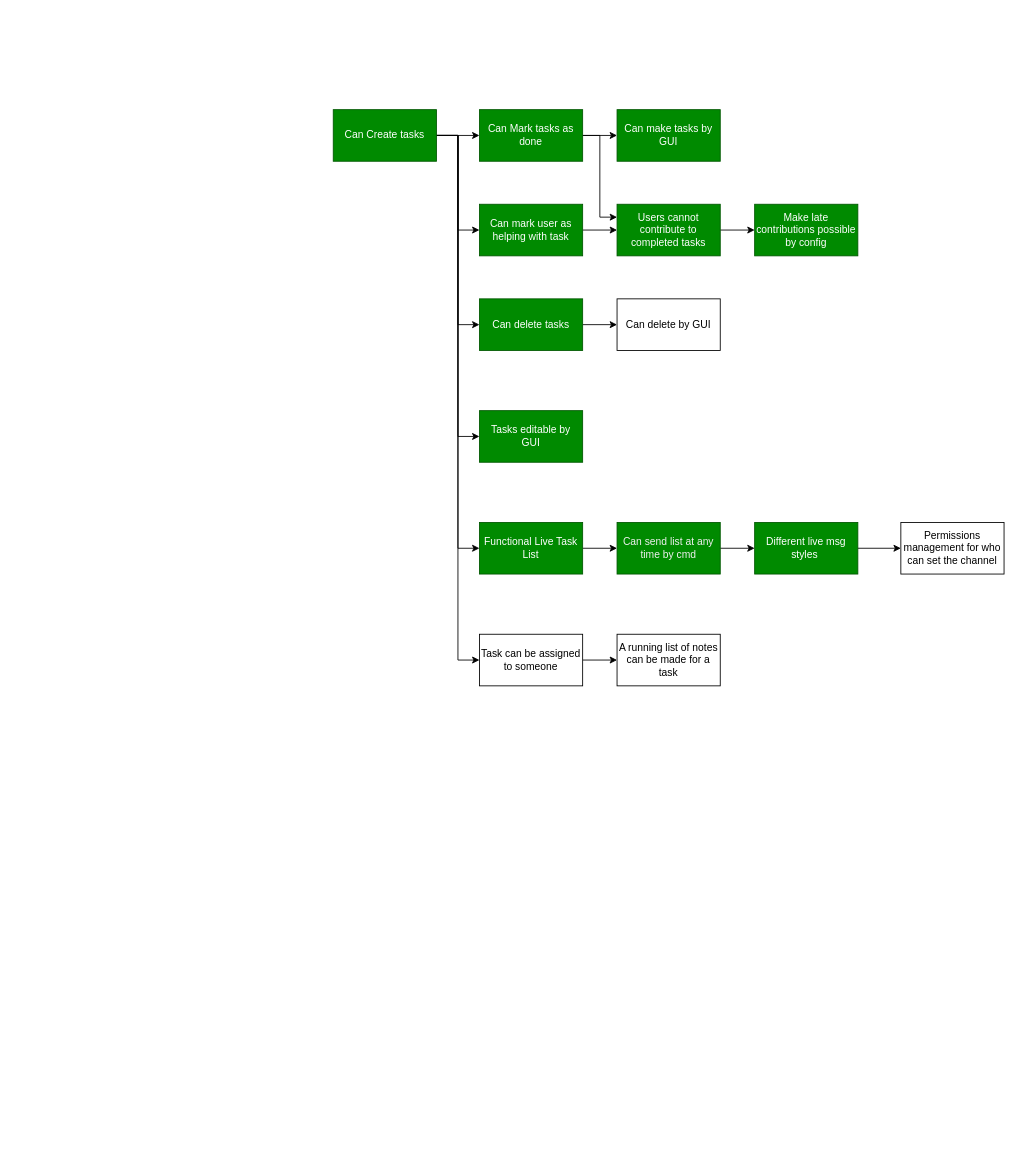
Before: roadmap.drawio in Ames-hub/TaskFlow, a draw.io diagram. Source tidied: cells renumbered, new cells numbered last; positions are measured from the earlier drawing's top-left corner, leaving out a move shared by most shapes. Both pictures are drawn from the tidied source at 86%, with x=0, y=0 at pixel (333, 109).
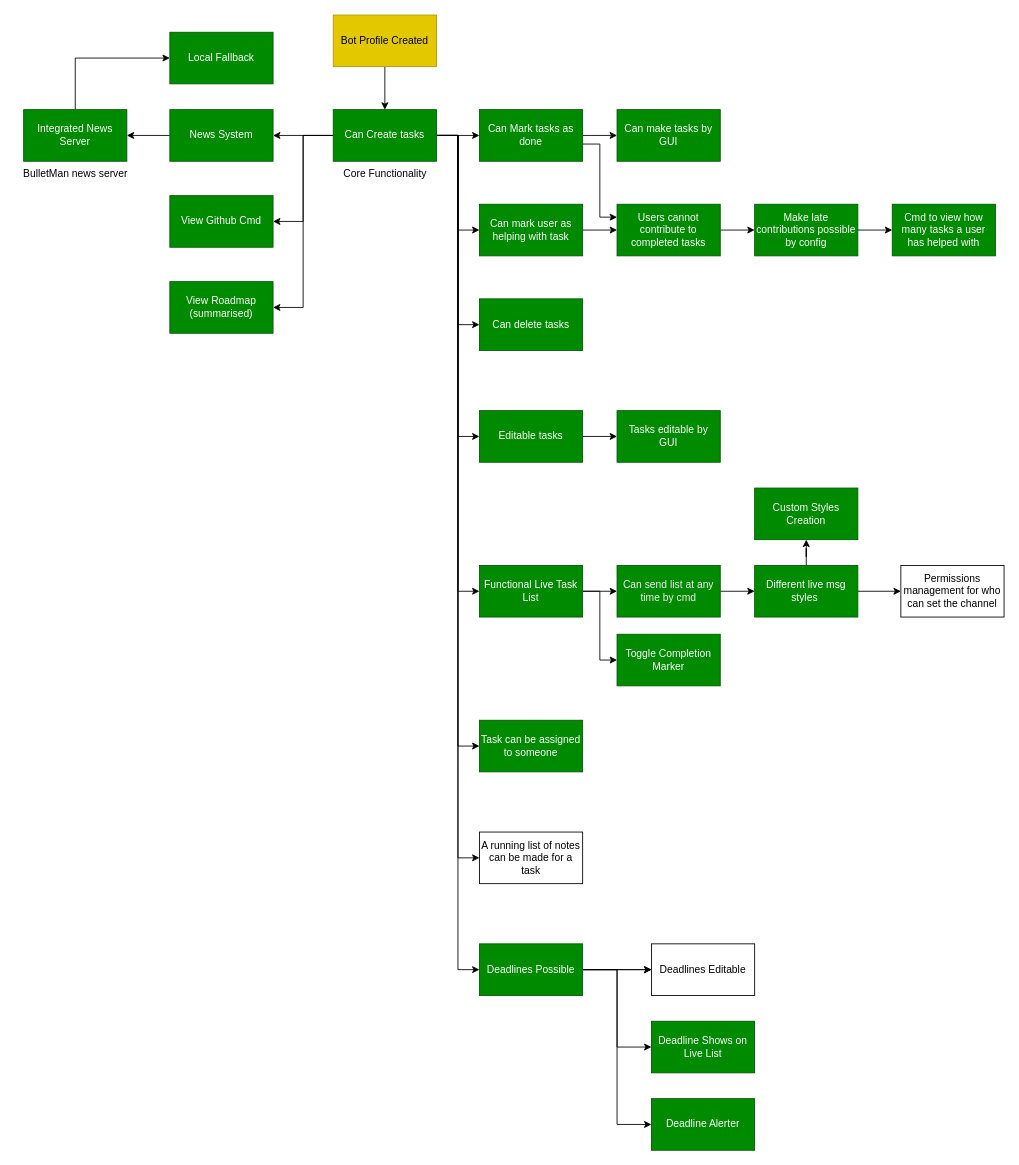
After the change.

The change refers to these unchanged cells:
```xml
<mxCell id="9" value="Can Create tasks" style="rounded=0;whiteSpace=wrap;html=1;fillColor=#008a00;fontColor=#ffffff;strokeColor=#005700;" parent="1" vertex="1">
  <mxGeometry width="120" height="60" as="geometry" />
</mxCell>
<mxCell id="12" value="Can&amp;nbsp;&lt;span style=&quot;background-color: initial;&quot;&gt;Mark tasks as done&lt;/span&gt;" style="rounded=0;whiteSpace=wrap;html=1;fillColor=#008a00;fontColor=#ffffff;strokeColor=#005700;" parent="1" vertex="1">
  <mxGeometry x="170" width="120" height="60" as="geometry" />
</mxCell>
<mxCell id="16" value="Can delete tasks" style="rounded=0;whiteSpace=wrap;html=1;fillColor=#008a00;fontColor=#ffffff;strokeColor=#005700;" parent="1" vertex="1">
  <mxGeometry x="170" y="220" width="120" height="60" as="geometry" />
</mxCell>
<mxCell id="18" value="Users cannot contribute to completed tasks" style="rounded=0;whiteSpace=wrap;html=1;fillColor=#008a00;fontColor=#ffffff;strokeColor=#005700;" parent="1" vertex="1">
  <mxGeometry x="330" y="110" width="120" height="60" as="geometry" />
</mxCell>
<mxCell id="19" value="Make late contributions possible by config" style="rounded=0;whiteSpace=wrap;html=1;fillColor=#008a00;fontColor=#ffffff;strokeColor=#005700;" parent="1" vertex="1">
  <mxGeometry x="490" y="110" width="120" height="60" as="geometry" />
</mxCell>
```

Diff of the diagram source:
```diff
@@
+    <mxCell id="32" style="edgeStyle=orthogonalEdgeStyle;rounded=0;jettySize=auto;html=1;" parent="1" edge="1" source="2" target="41">
+      <mxGeometry relative="1" as="geometry" />
+    </mxCell>
-    <mxCell id="2" value="Tasks editable by&lt;div&gt;GUI&lt;/div&gt;" style="rounded=0;whiteSpace=wrap;html=1;fillColor=#008a00;fontColor=#ffffff;strokeColor=#005700;" parent="1" vertex="1">
+    <mxCell id="2" value="Editable tasks" style="rounded=0;whiteSpace=wrap;html=1;fillColor=#008a00;fontColor=#ffffff;strokeColor=#005700;" parent="1" vertex="1">
       <mxGeometry x="170" y="350" width="120" height="60" as="geometry" />
     </mxCell>
@@
+    <mxCell id="33" style="edgeStyle=orthogonalEdgeStyle;rounded=0;jettySize=auto;html=1;entryX=0;entryY=0.5;entryDx=0;entryDy=0;" parent="1" edge="1" source="9" target="31">
+      <mxGeometry relative="1" as="geometry" />
+    </mxCell>
+    <mxCell id="34" style="edgeStyle=orthogonalEdgeStyle;rounded=0;jettySize=auto;html=1;entryX=0;entryY=0.5;entryDx=0;entryDy=0;" parent="1" edge="1" source="9" target="46">
+      <mxGeometry relative="1" as="geometry" />
+    </mxCell>
+    <mxCell id="35" style="edgeStyle=orthogonalEdgeStyle;rounded=0;jettySize=auto;html=1;" parent="1" edge="1" source="9" target="52">
+      <mxGeometry relative="1" as="geometry" />
+    </mxCell>
+    <mxCell id="36" style="edgeStyle=orthogonalEdgeStyle;rounded=0;jettySize=auto;html=1;entryX=1;entryY=0.5;entryDx=0;entryDy=0;" parent="1" edge="1" source="9" target="60">
+      <mxGeometry relative="1" as="geometry" />
+    </mxCell>
+    <mxCell id="37" style="edgeStyle=orthogonalEdgeStyle;rounded=0;jettySize=auto;html=1;entryX=1;entryY=0.5;entryDx=0;entryDy=0;" parent="1" edge="1" source="9" target="61">
+      <mxGeometry relative="1" as="geometry" />
+    </mxCell>
@@
     <mxCell id="11" style="edgeStyle=orthogonalEdgeStyle;rounded=0;jettySize=auto;html=1;entryX=0;entryY=0.25;entryDx=0;entryDy=0;" parent="1" edge="1" source="12" target="18">
-      <mxGeometry relative="1" as="geometry" />
+      <mxGeometry relative="1" as="geometry">
+        <Array as="points">
+          <mxPoint x="310" y="40" />
+          <mxPoint x="310" y="125" />
+        </Array>
+      </mxGeometry>
     </mxCell>
@@
-    <mxCell id="15" style="edgeStyle=orthogonalEdgeStyle;rounded=0;jettySize=auto;html=1;" parent="1" edge="1" source="16" target="29">
-      <mxGeometry relative="1" as="geometry" />
-    </mxCell>
@@
+    <mxCell id="38" style="edgeStyle=orthogonalEdgeStyle;rounded=0;jettySize=auto;html=1;" parent="1" edge="1" source="19" target="62">
+      <mxGeometry relative="1" as="geometry" />
+    </mxCell>
@@
+    <mxCell id="39" style="edgeStyle=orthogonalEdgeStyle;rounded=0;jettySize=auto;html=1;entryX=0;entryY=0.5;entryDx=0;entryDy=0;" parent="1" edge="1" source="21" target="63">
+      <mxGeometry relative="1" as="geometry" />
+    </mxCell>
     <mxCell id="21" value="Functional Live Task List" style="rounded=0;whiteSpace=wrap;html=1;fillColor=#008a00;fontColor=#ffffff;strokeColor=#005700;" parent="1" vertex="1">
-      <mxGeometry x="170" y="480" width="120" height="60" as="geometry" />
+      <mxGeometry x="170" y="530" width="120" height="60" as="geometry" />
     </mxCell>
@@
     <mxCell id="23" value="&lt;span style=&quot;color: rgb(240, 240, 240);&quot;&gt;Can send list at any time by cmd&lt;/span&gt;" style="rounded=0;whiteSpace=wrap;html=1;fillColor=#008a00;fontColor=#ffffff;strokeColor=#005700;" parent="1" vertex="1">
-      <mxGeometry x="330" y="480" width="120" height="60" as="geometry" />
+      <mxGeometry x="330" y="530" width="120" height="60" as="geometry" />
     </mxCell>
@@
+    <mxCell id="40" style="edgeStyle=orthogonalEdgeStyle;rounded=0;jettySize=auto;html=1;" parent="1" edge="1" source="25" target="50">
+      <mxGeometry relative="1" as="geometry" />
+    </mxCell>
     <mxCell id="25" value="Different live msg styles&amp;nbsp;" style="rounded=0;whiteSpace=wrap;html=1;fillColor=#008a00;fontColor=#ffffff;strokeColor=#005700;" parent="1" vertex="1">
-      <mxGeometry x="490" y="480" width="120" height="60" as="geometry" />
+      <mxGeometry x="490" y="530" width="120" height="60" as="geometry" />
     </mxCell>
-    <mxCell id="26" style="edgeStyle=orthogonalEdgeStyle;rounded=0;jettySize=auto;html=1;" parent="1" edge="1" source="27" target="31">
-      <mxGeometry relative="1" as="geometry" />
-    </mxCell>
+    <mxCell id="41" value="Tasks editable by&lt;div&gt;GUI&lt;/div&gt;" style="rounded=0;whiteSpace=wrap;html=1;fillColor=#008a00;fontColor=#ffffff;strokeColor=#005700;" parent="1" vertex="1">
+      <mxGeometry x="330" y="350" width="120" height="60" as="geometry" />
+    </mxCell>
-    <mxCell id="27" value="Task can be assigned to someone" style="rounded=0;whiteSpace=wrap;html=1;" parent="1" vertex="1">
-      <mxGeometry x="170" y="610" width="120" height="60" as="geometry" />
+    <mxCell id="27" value="Task can be assigned to someone" style="rounded=0;whiteSpace=wrap;html=1;fillColor=#008a00;fontColor=#ffffff;strokeColor=#005700;" parent="1" vertex="1">
+      <mxGeometry x="170" y="710" width="120" height="60" as="geometry" />
     </mxCell>
     <mxCell id="28" value="Permissions management for who can set the channel" style="rounded=0;whiteSpace=wrap;html=1;" parent="1" vertex="1">
-      <mxGeometry x="660" y="480" width="120" height="60" as="geometry" />
+      <mxGeometry x="660" y="530" width="120" height="60" as="geometry" />
     </mxCell>
-    <mxCell id="29" value="Can delete by GUI" style="rounded=0;whiteSpace=wrap;html=1;" parent="1" vertex="1">
-      <mxGeometry x="330" y="220" width="120" height="60" as="geometry" />
-    </mxCell>
@@
     <mxCell id="31" value="A running list of notes can be made for a task" style="rounded=0;whiteSpace=wrap;html=1;" parent="1" vertex="1">
-      <mxGeometry x="330" y="610" width="120" height="60" as="geometry" />
+      <mxGeometry x="170" y="840" width="120" height="60" as="geometry" />
     </mxCell>
+    <mxCell id="42" style="edgeStyle=orthogonalEdgeStyle;rounded=0;jettySize=auto;html=1;" parent="1" edge="1" source="46" target="47">
+      <mxGeometry relative="1" as="geometry" />
+    </mxCell>
+    <mxCell id="43" style="edgeStyle=orthogonalEdgeStyle;rounded=0;jettySize=auto;html=1;" parent="1" edge="1" source="46" target="47">
+      <mxGeometry relative="1" as="geometry" />
+    </mxCell>
+    <mxCell id="44" style="edgeStyle=orthogonalEdgeStyle;rounded=0;jettySize=auto;html=1;entryX=0;entryY=0.5;entryDx=0;entryDy=0;" parent="1" edge="1" source="46" target="48">
+      <mxGeometry relative="1" as="geometry" />
+    </mxCell>
+    <mxCell id="45" style="edgeStyle=orthogonalEdgeStyle;rounded=0;jettySize=auto;html=1;entryX=0;entryY=0.5;entryDx=0;entryDy=0;" parent="1" edge="1" source="46" target="49">
+      <mxGeometry relative="1" as="geometry" />
+    </mxCell>
+    <mxCell id="46" value="Deadlines Possible" style="rounded=0;whiteSpace=wrap;html=1;fillColor=#008a00;fontColor=#ffffff;strokeColor=#005700;" parent="1" vertex="1">
+      <mxGeometry x="170" y="970" width="120" height="60" as="geometry" />
+    </mxCell>
+    <mxCell id="47" value="Deadlines Editable" style="rounded=0;whiteSpace=wrap;html=1;" parent="1" vertex="1">
+      <mxGeometry x="370" y="970" width="120" height="60" as="geometry" />
+    </mxCell>
+    <mxCell id="48" value="Deadline Shows on Live List" style="rounded=0;whiteSpace=wrap;html=1;fillColor=#008a00;fontColor=#ffffff;strokeColor=#005700;" parent="1" vertex="1">
+      <mxGeometry x="370" y="1060" width="120" height="60" as="geometry" />
+    </mxCell>
+    <mxCell id="49" value="Deadline Alerter" style="rounded=0;whiteSpace=wrap;html=1;fillColor=#008a00;fontColor=#ffffff;strokeColor=#005700;" parent="1" vertex="1">
+      <mxGeometry x="370" y="1150" width="120" height="60" as="geometry" />
+    </mxCell>
+    <mxCell id="50" value="Custom Styles&lt;div&gt;Creation&lt;/div&gt;" style="rounded=0;whiteSpace=wrap;html=1;fillColor=#008a00;fontColor=#ffffff;strokeColor=#005700;" parent="1" vertex="1">
+      <mxGeometry x="490" y="440" width="120" height="60" as="geometry" />
+    </mxCell>
+    <mxCell id="51" style="edgeStyle=orthogonalEdgeStyle;rounded=0;jettySize=auto;html=1;" parent="1" edge="1" source="52" target="57">
+      <mxGeometry relative="1" as="geometry" />
+    </mxCell>
+    <mxCell id="52" value="News System" style="rounded=0;whiteSpace=wrap;html=1;fillColor=#008a00;fontColor=#ffffff;strokeColor=#005700;" parent="1" vertex="1">
+      <mxGeometry x="-190" width="120" height="60" as="geometry" />
+    </mxCell>
+    <mxCell id="53" style="edgeStyle=orthogonalEdgeStyle;rounded=0;jettySize=auto;html=1;" parent="1" edge="1" source="54" target="9">
+      <mxGeometry relative="1" as="geometry" />
+    </mxCell>
+    <mxCell id="54" value="Bot Profile Created" style="rounded=0;whiteSpace=wrap;html=1;fillColor=#e3c800;fontColor=#000000;strokeColor=#B09500;" parent="1" vertex="1">
+      <mxGeometry y="-110" width="120" height="60" as="geometry" />
+    </mxCell>
+    <mxCell id="55" value="Core Functionality" style="text;html=1;align=center;verticalAlign=middle;strokeColor=none;fillColor=none;" parent="1" vertex="1">
+      <mxGeometry y="60" width="120" height="30" as="geometry" />
+    </mxCell>
+    <mxCell id="56" style="edgeStyle=orthogonalEdgeStyle;rounded=0;jettySize=auto;html=1;entryX=0;entryY=0.5;entryDx=0;entryDy=0;" parent="1" edge="1" source="57" target="59">
+      <mxGeometry relative="1" as="geometry">
+        <Array as="points">
+          <mxPoint x="-300" y="-60" />
+        </Array>
+      </mxGeometry>
+    </mxCell>
+    <mxCell id="57" value="Integrated News Server" style="rounded=0;whiteSpace=wrap;html=1;fillColor=#008a00;fontColor=#ffffff;strokeColor=#005700;" parent="1" vertex="1">
+      <mxGeometry x="-360" width="120" height="60" as="geometry" />
+    </mxCell>
+    <mxCell id="58" value="BulletMan news server" style="text;html=1;align=center;verticalAlign=middle;strokeColor=none;fillColor=none;" parent="1" vertex="1">
+      <mxGeometry x="-370" y="60" width="140" height="30" as="geometry" />
+    </mxCell>
+    <mxCell id="59" value="Local Fallback" style="rounded=0;whiteSpace=wrap;html=1;fillColor=#008a00;fontColor=#ffffff;strokeColor=#005700;" parent="1" vertex="1">
+      <mxGeometry x="-190" y="-90" width="120" height="60" as="geometry" />
+    </mxCell>
+    <mxCell id="60" value="View Github Cmd" style="rounded=0;whiteSpace=wrap;html=1;fillColor=#008a00;fontColor=#ffffff;strokeColor=#005700;" parent="1" vertex="1">
+      <mxGeometry x="-190" y="100" width="120" height="60" as="geometry" />
+    </mxCell>
+    <mxCell id="61" value="View Roadmap (summarised)" style="rounded=0;whiteSpace=wrap;html=1;fillColor=#008a00;fontColor=#ffffff;strokeColor=#005700;" parent="1" vertex="1">
+      <mxGeometry x="-190" y="200" width="120" height="60" as="geometry" />
+    </mxCell>
+    <mxCell id="62" value="Cmd to view how many tasks a user has helped with" style="rounded=0;whiteSpace=wrap;html=1;fillColor=#008a00;fontColor=#ffffff;strokeColor=#005700;" parent="1" vertex="1">
+      <mxGeometry x="650" y="110" width="120" height="60" as="geometry" />
+    </mxCell>
+    <mxCell id="63" value="Toggle Completion Marker" style="rounded=0;whiteSpace=wrap;html=1;fillColor=#008a00;fontColor=#ffffff;strokeColor=#005700;" parent="1" vertex="1">
+      <mxGeometry x="330" y="610" width="120" height="60" as="geometry" />
+    </mxCell>
```
